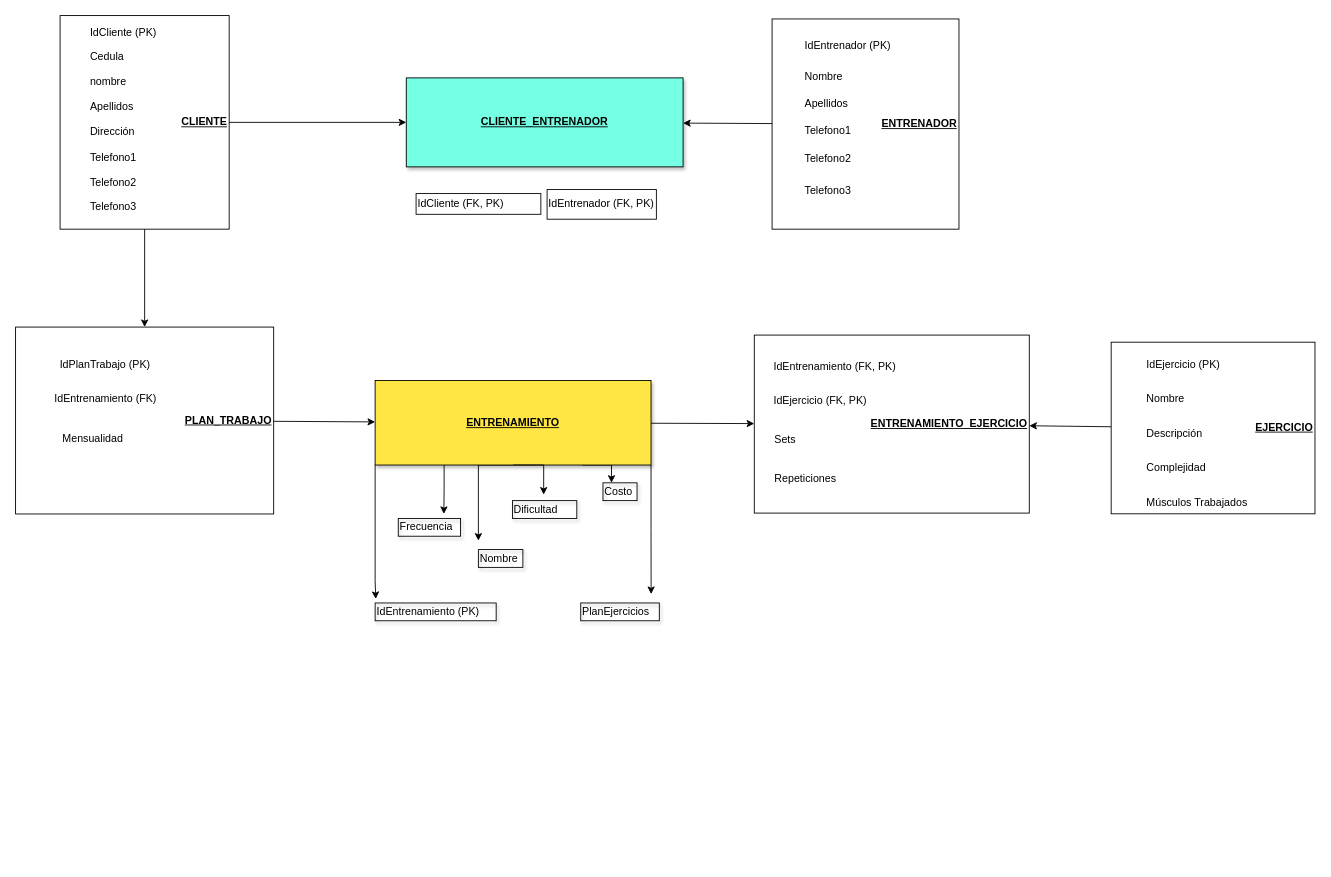
Above: Diagrama sin título.drawio in Daniela27B/Daniela27B (draw.io), before the change. Source tidied: cells renumbered, new cells numbered last; positions are measured from the earlier drawing's top-left corner, leaving out a move shared by most shapes. Both pictures are drawn from the tidied source at 89%, with x=0, y=0 at pixel (15, 15).
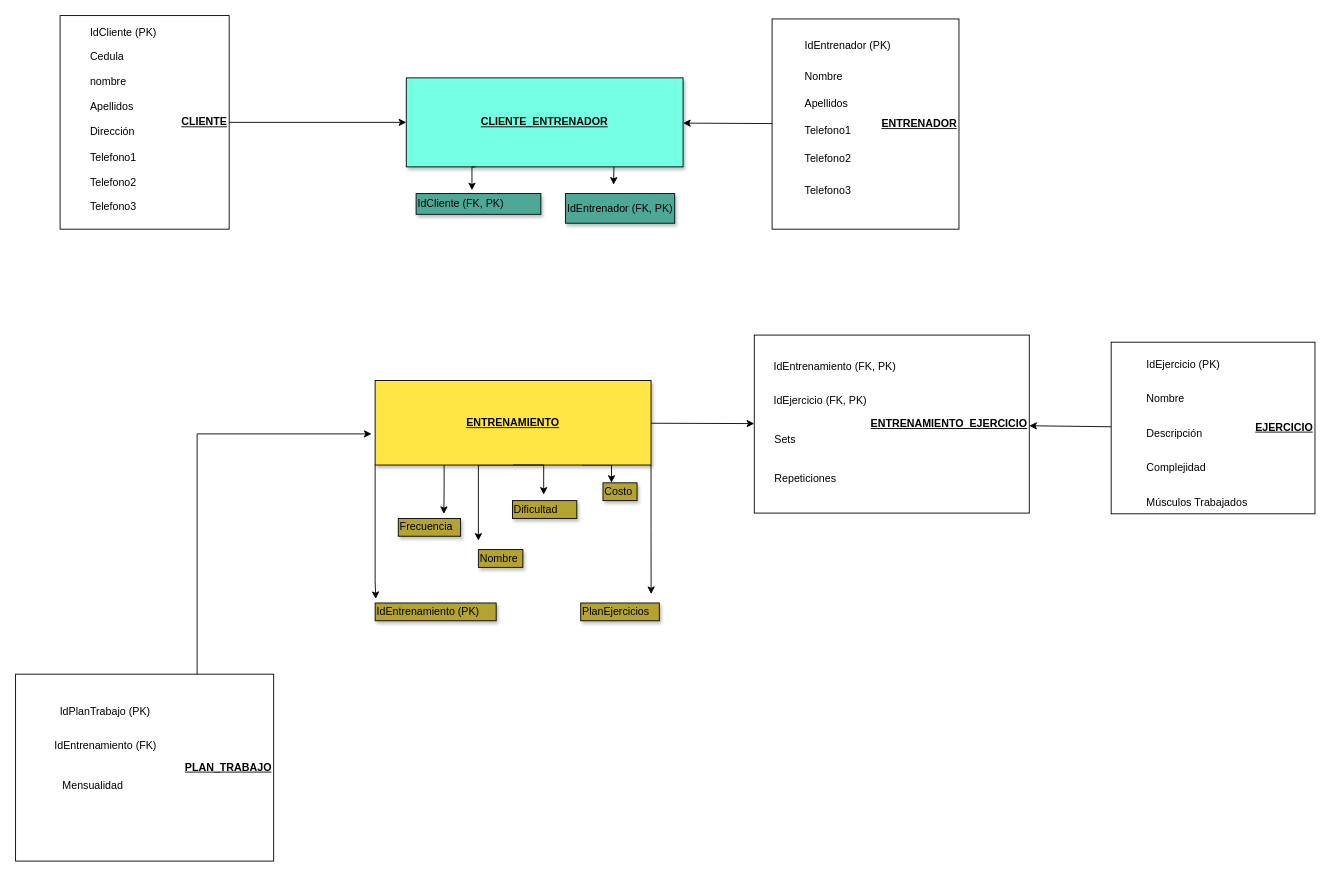
The same diagram, later.

The change refers to these unchanged cells:
```xml
<mxCell id="2" value="&lt;u&gt;&lt;b&gt;CLIENTE&lt;/b&gt;&lt;/u&gt;" style="rounded=0;whiteSpace=wrap;html=1;align=right;" parent="1" vertex="1">
  <mxGeometry x="50" width="190" height="240" as="geometry" />
</mxCell>
<mxCell id="19" value="&lt;b&gt;&lt;u&gt;ENTRENAMIENTO&lt;/u&gt;&lt;/b&gt;" style="rounded=0;whiteSpace=wrap;html=1;align=center;fillColor=#FFE645;shadow=1;" parent="1" vertex="1">
  <mxGeometry x="404" y="410" width="310" height="95" as="geometry" />
</mxCell>
<mxCell id="33" value="&lt;b&gt;&lt;u&gt;CLIENTE_ENTRENADOR&lt;/u&gt;&lt;/b&gt;" style="rounded=0;whiteSpace=wrap;html=1;align=center;fillColor=#75FFE3;shadow=1;" parent="1" vertex="1">
  <mxGeometry x="439" y="70" width="311" height="100" as="geometry" />
</mxCell>
```

Change to the diagram source:
```diff
@@
+    <mxCell id="55" style="edgeStyle=orthogonalEdgeStyle;rounded=0;orthogonalLoop=1;jettySize=auto;html=1;exitX=1;exitY=0;exitDx=0;exitDy=0;" parent="1" edge="1">
+      <mxGeometry relative="1" as="geometry">
+        <mxPoint x="90" y="820" as="sourcePoint" />
+        <mxPoint x="400" y="470" as="targetPoint" />
+        <Array as="points">
+          <mxPoint x="90" y="750" />
+          <mxPoint x="204" y="750" />
+          <mxPoint x="204" y="470" />
+        </Array>
+      </mxGeometry>
+    </mxCell>
     <mxCell id="11" value="&lt;u&gt;&lt;b&gt;PLAN_TRABAJO&lt;/b&gt;&lt;/u&gt;" style="rounded=0;whiteSpace=wrap;html=1;align=right;" parent="1" vertex="1">
-      <mxGeometry y="350" width="290" height="210" as="geometry" />
+      <mxGeometry y="740" width="290" height="210" as="geometry" />
     </mxCell>
@@
+    <mxCell id="56" style="edgeStyle=orthogonalEdgeStyle;rounded=0;jettySize=auto;html=1;exitX=0.75;exitY=1;exitDx=0;exitDy=0;" parent="1" edge="1" source="33">
+      <mxGeometry relative="1" as="geometry">
+        <mxPoint x="672" y="190" as="targetPoint" />
+      </mxGeometry>
+    </mxCell>
@@
-    <mxCell id="39" parent="1" edge="1" source="2" target="11">
-      <mxGeometry relative="1" as="geometry" />
-    </mxCell>
-    <mxCell id="40" parent="1" edge="1" source="11" target="19">
-      <mxGeometry relative="1" as="geometry" />
-    </mxCell>
@@
-    <mxCell id="45" value="IdCliente (FK, PK)" style="text;html=1;strokeColor=#030303;fillColor=none;align=left;verticalAlign=middle;" parent="1" vertex="1">
+    <mxCell id="45" value="IdCliente (FK, PK)" style="text;html=1;strokeColor=#030303;fillColor=#4DA896;align=left;verticalAlign=middle;shadow=1;" parent="1" vertex="1">
       <mxGeometry x="450" y="200" width="140.2" height="23.3" as="geometry" />
     </mxCell>
-    <mxCell id="46" value="IdEntrenador (FK, PK)" style="text;html=1;strokeColor=#030303;fillColor=none;align=left;verticalAlign=middle;" parent="1" vertex="1">
-      <mxGeometry x="597.2" y="195.5" width="122.8" height="33.3" as="geometry" />
+    <mxCell id="46" value="IdEntrenador (FK, PK)" style="text;html=1;strokeColor=#030303;fillColor=#4DA896;align=left;verticalAlign=middle;shadow=1;" parent="1" vertex="1">
+      <mxGeometry x="617.8" y="200" width="122.8" height="33.3" as="geometry" />
     </mxCell>
-    <mxCell id="47" value="IdEntrenamiento (PK)" style="text;html=1;strokeColor=#000000;fillColor=none;align=left;verticalAlign=middle;shadow=1;" parent="1" vertex="1">
+    <mxCell id="47" value="IdEntrenamiento (PK)" style="text;html=1;strokeColor=#000000;fillColor=#B5A331;align=left;verticalAlign=middle;shadow=1;" parent="1" vertex="1">
       <mxGeometry x="404" y="660" width="136" height="20" as="geometry" />
     </mxCell>
-    <mxCell id="48" value="Frecuencia" style="text;html=1;strokeColor=#000000;fillColor=none;align=left;verticalAlign=middle;shadow=1;" parent="1" vertex="1">
+    <mxCell id="48" value="Frecuencia" style="text;html=1;strokeColor=#000000;fillColor=#B5A331;align=left;verticalAlign=middle;shadow=1;" parent="1" vertex="1">
       <mxGeometry x="430" y="565" width="70" height="20" as="geometry" />
     </mxCell>
-    <mxCell id="49" value="Dificultad" style="text;html=1;strokeColor=#000000;fillColor=none;align=left;verticalAlign=middle;shadow=1;" parent="1" vertex="1">
+    <mxCell id="49" value="Dificultad" style="text;html=1;strokeColor=#000000;fillColor=#B5A331;align=left;verticalAlign=middle;shadow=1;" parent="1" vertex="1">
       <mxGeometry x="558.3" y="545" width="72.3" height="20" as="geometry" />
     </mxCell>
-    <mxCell id="50" value="Nombre" style="text;html=1;strokeColor=#000000;fillColor=none;align=left;verticalAlign=middle;shadow=1;" parent="1" vertex="1">
+    <mxCell id="50" value="Nombre" style="text;html=1;strokeColor=#000000;fillColor=#B5A331;align=left;verticalAlign=middle;shadow=1;" parent="1" vertex="1">
       <mxGeometry x="520" y="600" width="50" height="20" as="geometry" />
     </mxCell>
-    <mxCell id="51" value="Costo" style="text;html=1;strokeColor=#000000;fillColor=none;align=left;verticalAlign=middle;shadow=1;" parent="1" vertex="1">
+    <mxCell id="51" value="Costo" style="text;html=1;strokeColor=#000000;fillColor=#B5A331;align=left;verticalAlign=middle;shadow=1;" parent="1" vertex="1">
       <mxGeometry x="660" y="525" width="38.3" height="20" as="geometry" />
     </mxCell>
-    <mxCell id="52" value="PlanEjercicios" style="text;html=1;strokeColor=#000000;fillColor=none;align=left;verticalAlign=middle;shadow=1;" parent="1" vertex="1">
+    <mxCell id="52" value="PlanEjercicios" style="text;html=1;strokeColor=#000000;fillColor=#B5A331;align=left;verticalAlign=middle;shadow=1;" parent="1" vertex="1">
       <mxGeometry x="635" y="660" width="88.3" height="20" as="geometry" />
     </mxCell>
@@
+    <mxCell id="57" style="edgeStyle=orthogonalEdgeStyle;rounded=0;jettySize=auto;html=1;exitX=0.25;exitY=1;exitDx=0;exitDy=0;entryX=0.448;entryY=-0.159;entryDx=0;entryDy=0;entryPerimeter=0;" parent="1" edge="1" source="33" target="45">
+      <mxGeometry relative="1" as="geometry" />
+    </mxCell>
```
